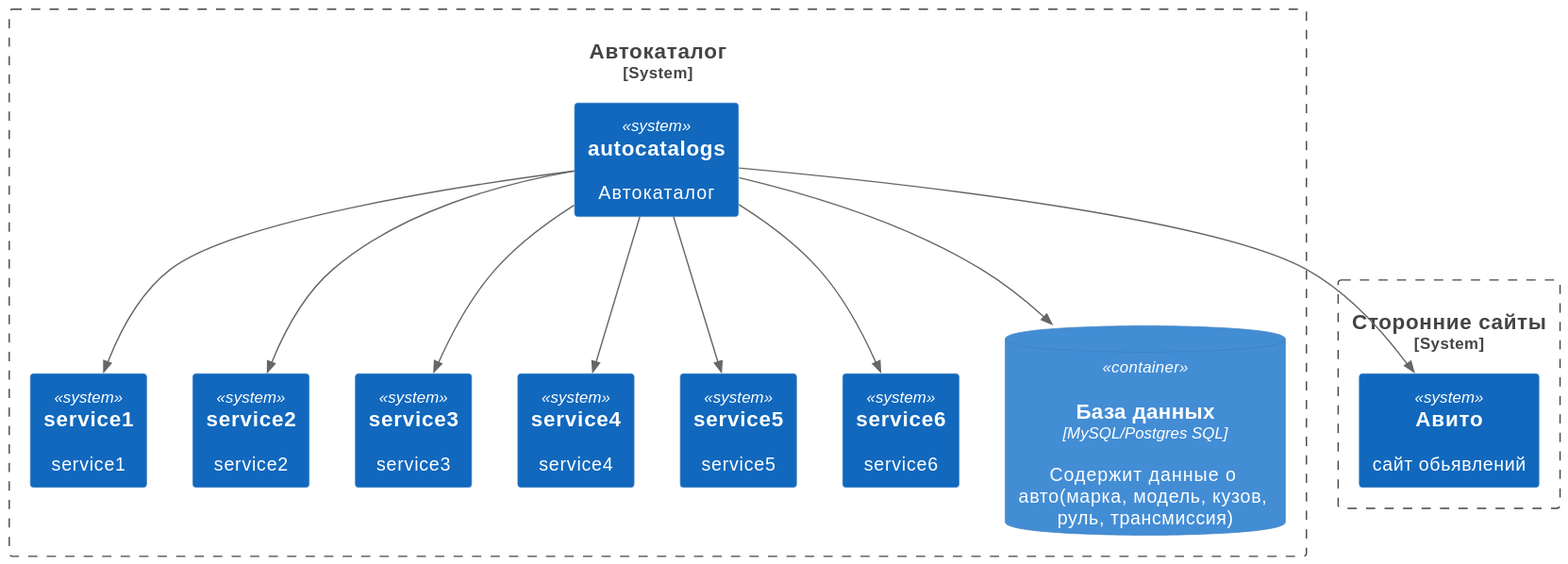
Before: docs/technicalDocs/autocatalogs.svg, a diagram exported from PlantUML (autodatabases/autocatalogs).
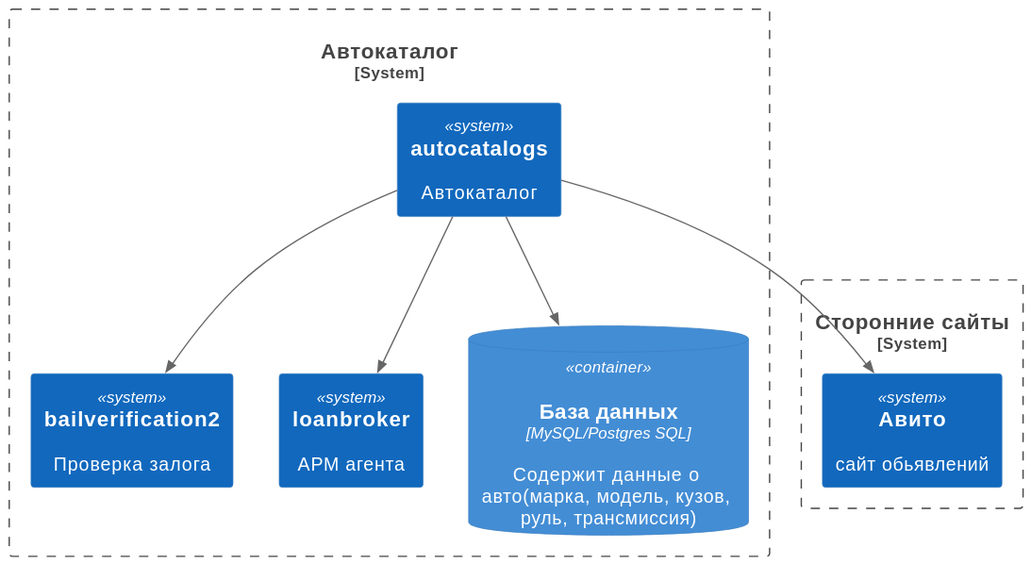
The same diagram one commit later.

What changed in the source:
```diff
@@ -9,12 +9,8 @@
 System_Boundary(Autocatalogs, "Автокаталог") {
 
 System(autocatalogs, "autocatalogs", "Автокаталог")
-System(service1, "service1", "service1")
-System(service2, "service2", "service2")
-System(service3, "service3", "service3")
-System(service4, "service4", "service4")
-System(service5, "service5", "service5")
-System(service6, "service6", "service6")
+System(bailverification2, "bailverification2", "Проверка залога")
+System(loanbroker, "loanbroker", "АРМ агента")
 
 ContainerDb(autocatalogsdb, "База данных", "MySQL/Postgres SQL", "Содержит данные о авто(марка, модель, кузов, руль, трансмиссия)", $sprite="msql_server")
 
@@ -22,12 +18,8 @@
 Rel(autocatalogs, autocatalogsdb, "")
 
 Rel(autocatalogs, avitoCatalog,"")
-Rel(autocatalogs, service1,"")
-Rel(autocatalogs, service2,"")
-Rel(autocatalogs, service3,"")
-Rel(autocatalogs, service4,"")
-Rel(autocatalogs, service5,"")
-Rel(autocatalogs, service6,"")
+Rel(autocatalogs, bailverification2,"")
+Rel(autocatalogs, loanbroker,"")
 
 }
 
```
